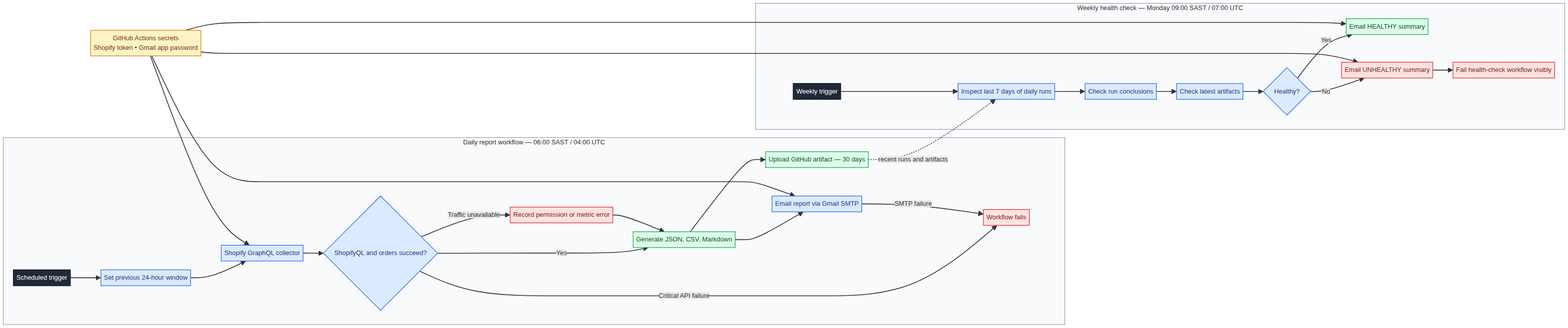
Before: docs/shopify-workflow.png, a diagram exported from Mermaid (michaelmdiener-ai/pets-workshop). Its source is kept beside it as docs/shopify-workflow.mmd.
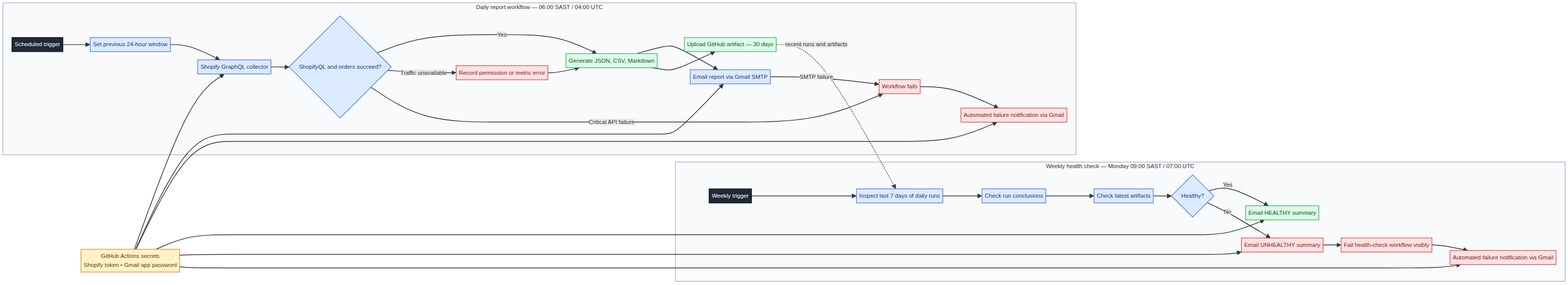
Above is the later version.

Commit message:
Show automated workflow failure notifications

The edit, as a diff of the source:
```diff
@@ -16,6 +16,7 @@
         D5 --> D8[Upload GitHub artifact — 30 days]:::data
         D4 -->|Critical API failure| DF[Workflow fails]:::alert
         D7 -->|SMTP failure| DF
+        DF --> DN[Automated failure notification via Gmail]:::alert
     end
 
     subgraph WEEKLY[Weekly health check — Monday 09:00 SAST / 07:00 UTC]
@@ -26,12 +27,15 @@
         W5 -->|Yes| W6[Email HEALTHY summary]:::data
         W5 -->|No| W7[Email UNHEALTHY summary]:::alert
         W7 --> W8[Fail health-check workflow visibly]:::alert
+        W8 --> WN[Automated failure notification via Gmail]:::alert
     end
 
     S[GitHub Actions secrets\nShopify token • Gmail app password]:::secret --> D3
     S --> D7
     S --> W6
     S --> W7
+    S --> DN
+    S --> WN
     D8 -. recent runs and artifacts .-> W2
 
     style DAILY fill:#f8fafc,stroke:#64748b,stroke-width:1px
```
